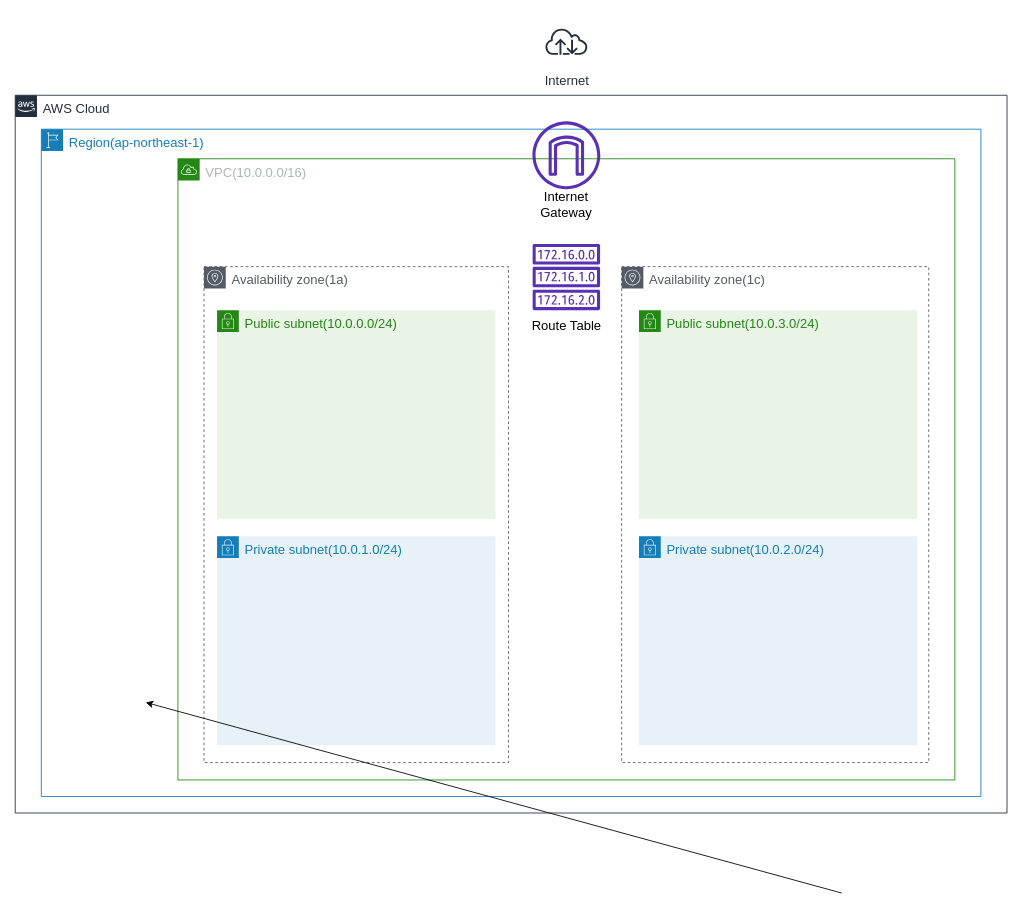
Above: page "NetWork_Layer" (2 of 3) of ELB&S3.drawio in takao0513yamada/toy_app (draw.io), before the change. Source tidied: cells renumbered, new cells numbered last; positions are measured from the earlier drawing's top-left corner, leaving out a move shared by most shapes. Both pictures are drawn from the tidied source at 87%, with x=0, y=0 at pixel (15, 15).
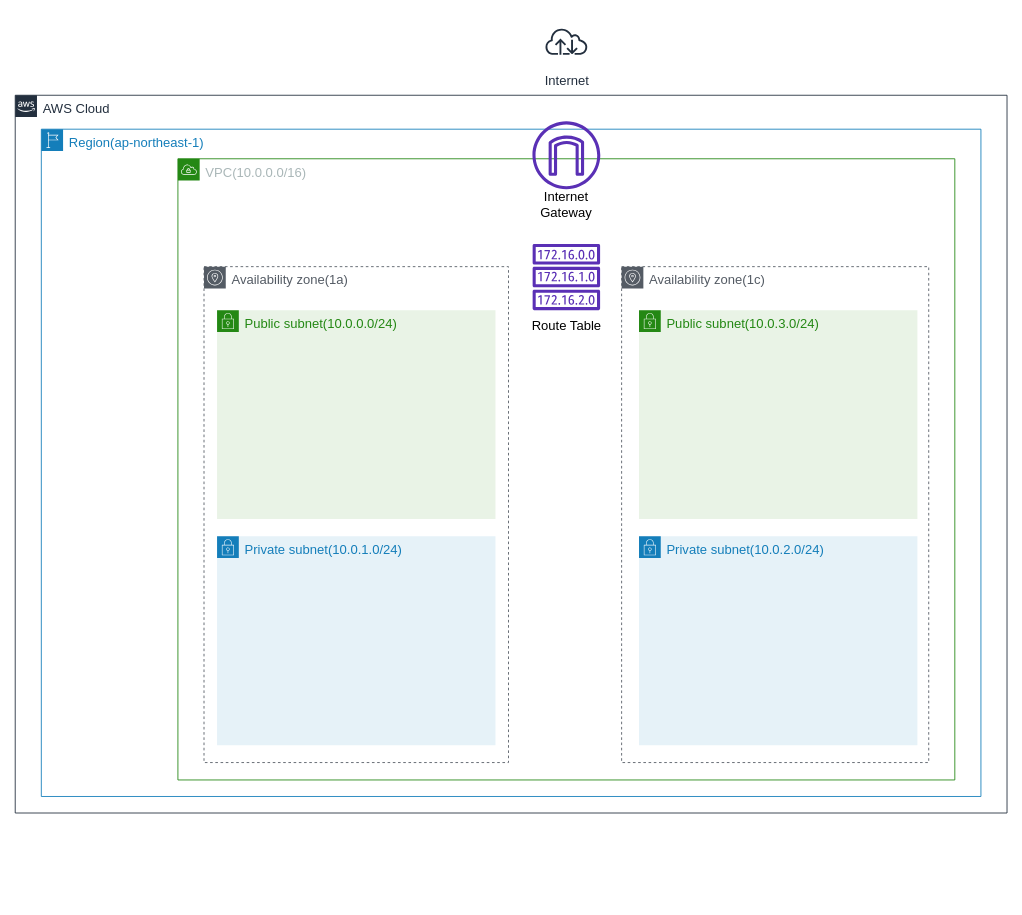
The same diagram, later.

Change to the diagram source:
```diff
@@
 <mxGraphModel>
   <root>
     <mxCell id="0" />
     <mxCell id="1" parent="0" />
     <mxCell id="2" value="&lt;font style=&quot;font-size: 15px&quot;&gt;AWS Cloud&lt;/font&gt;" style="gradientColor=none;html=1;whiteSpace=wrap;fontSize=12;fontStyle=0;shape=mxgraph.aws4.group;grIcon=mxgraph.aws4.group_aws_cloud_alt;strokeColor=#232F3E;fillColor=none;verticalAlign=top;align=left;spacingLeft=30;fontColor=#232F3E;dashed=0;labelBackgroundColor=#ffffff;" parent="1" vertex="1">
       <mxGeometry y="92" width="1140" height="825" as="geometry" />
     </mxCell>
     <mxCell id="3" value="&lt;font style=&quot;font-size: 15px&quot;&gt;Region(ap-northeast-1)&lt;/font&gt;" style="gradientColor=none;html=1;whiteSpace=wrap;fontSize=12;fontStyle=0;shape=mxgraph.aws4.group;grIcon=mxgraph.aws4.group_region;strokeColor=#147EBA;fillColor=none;verticalAlign=top;align=left;spacingLeft=30;fontColor=#147EBA;dashed=0;" parent="1" vertex="1">
       <mxGeometry x="30" y="131" width="1080" height="767" as="geometry" />
     </mxCell>
     <mxCell id="4" value="&lt;font style=&quot;font-size: 15px&quot;&gt;VPC(10.0.0.0/16)&lt;/font&gt;" style="gradientColor=none;html=1;whiteSpace=wrap;fontSize=12;fontStyle=0;shape=mxgraph.aws4.group;grIcon=mxgraph.aws4.group_vpc;strokeColor=#248814;fillColor=none;verticalAlign=top;align=left;spacingLeft=30;fontColor=#AAB7B8;dashed=0;" parent="1" vertex="1">
       <mxGeometry x="187" y="165" width="893" height="714" as="geometry" />
     </mxCell>
     <mxCell id="5" value="&lt;font style=&quot;font-size: 15px&quot;&gt;Availability zone(1a)&lt;/font&gt;" style="gradientColor=none;html=1;whiteSpace=wrap;fontSize=12;fontStyle=0;shape=mxgraph.aws4.group;grIcon=mxgraph.aws4.group_availability_zone;strokeColor=#545B64;fillColor=none;verticalAlign=top;align=left;spacingLeft=30;fontColor=#545B64;dashed=1;" parent="1" vertex="1">
       <mxGeometry x="217" y="289" width="350" height="570" as="geometry" />
     </mxCell>
     <mxCell id="6" value="&lt;font style=&quot;font-size: 15px&quot;&gt;Availability zone(1c)&lt;/font&gt;" style="gradientColor=none;html=1;whiteSpace=wrap;fontSize=12;fontStyle=0;shape=mxgraph.aws4.group;grIcon=mxgraph.aws4.group_availability_zone;strokeColor=#545B64;fillColor=none;verticalAlign=top;align=left;spacingLeft=30;fontColor=#545B64;dashed=1;" parent="1" vertex="1">
       <mxGeometry x="697" y="289" width="353" height="570" as="geometry" />
     </mxCell>
     <mxCell id="7" value="&lt;font style=&quot;font-size: 15px&quot;&gt;Public subnet(10.0.0.0/24)&lt;/font&gt;" style="gradientColor=none;html=1;whiteSpace=wrap;fontSize=12;fontStyle=0;shape=mxgraph.aws4.group;grIcon=mxgraph.aws4.group_security_group;grStroke=0;strokeColor=#248814;fillColor=#E9F3E6;verticalAlign=top;align=left;spacingLeft=30;fontColor=#248814;dashed=0;" parent="1" vertex="1">
       <mxGeometry x="232" y="339" width="320" height="240" as="geometry" />
     </mxCell>
     <mxCell id="8" value="&lt;font style=&quot;font-size: 15px&quot;&gt;Public subnet(10.0.3.0/24)&lt;/font&gt;" style="gradientColor=none;html=1;whiteSpace=wrap;fontSize=12;fontStyle=0;shape=mxgraph.aws4.group;grIcon=mxgraph.aws4.group_security_group;grStroke=0;strokeColor=#248814;fillColor=#E9F3E6;verticalAlign=top;align=left;spacingLeft=30;fontColor=#248814;dashed=0;" parent="1" vertex="1">
       <mxGeometry x="717" y="339" width="320" height="240" as="geometry" />
     </mxCell>
     <mxCell id="9" value="&lt;font style=&quot;font-size: 15px&quot;&gt;Private subnet(10.0.1.0/24)&lt;/font&gt;" style="gradientColor=none;html=1;whiteSpace=wrap;fontSize=12;fontStyle=0;shape=mxgraph.aws4.group;grIcon=mxgraph.aws4.group_security_group;grStroke=0;strokeColor=#147EBA;fillColor=#E6F2F8;verticalAlign=top;align=left;spacingLeft=30;fontColor=#147EBA;dashed=0;" parent="1" vertex="1">
       <mxGeometry x="232" y="599" width="320" height="240" as="geometry" />
     </mxCell>
     <mxCell id="10" value="&lt;font style=&quot;font-size: 15px&quot;&gt;Private subnet(10.0.2.0/24)&lt;/font&gt;" style="gradientColor=none;html=1;whiteSpace=wrap;fontSize=12;fontStyle=0;shape=mxgraph.aws4.group;grIcon=mxgraph.aws4.group_security_group;grStroke=0;strokeColor=#147EBA;fillColor=#E6F2F8;verticalAlign=top;align=left;spacingLeft=30;fontColor=#147EBA;dashed=0;" parent="1" vertex="1">
       <mxGeometry x="717" y="599" width="320" height="240" as="geometry" />
     </mxCell>
     <mxCell id="11" value="&lt;font style=&quot;font-size: 15px&quot;&gt;Internet&lt;/font&gt;" style="fontColor=#232F3E;gradientColor=none;strokeColor=#232F3E;fillColor=#ffffff;dashed=0;verticalLabelPosition=bottom;verticalAlign=top;align=center;html=1;fontSize=12;fontStyle=0;shape=mxgraph.aws4.resourceIcon;resIcon=mxgraph.aws4.internet;" parent="1" vertex="1">
       <mxGeometry x="603.5" width="60" height="60" as="geometry" />
     </mxCell>
     <mxCell id="12" style="fontColor=#232F3E;gradientColor=none;fillColor=#5A30B5;strokeColor=none;dashed=0;verticalLabelPosition=bottom;verticalAlign=top;align=center;html=1;fontSize=12;fontStyle=0;shape=mxgraph.aws4.internet_gateway;" parent="1" vertex="1">
       <mxGeometry x="594.5" y="122" width="78" height="78" as="geometry" />
     </mxCell>
-    <mxCell id="13" style="endArrow=classic;html=1;" parent="1" edge="1">
-      <mxGeometry relative="1" as="geometry">
-        <mxPoint x="950" y="1009" as="sourcePoint" />
-        <mxPoint x="150" y="789.9" as="targetPoint" />
-      </mxGeometry>
-    </mxCell>
     <mxCell id="14" style="fontColor=#232F3E;gradientColor=none;fillColor=#5A30B5;strokeColor=none;dashed=0;verticalLabelPosition=bottom;verticalAlign=top;align=center;html=1;fontSize=12;fontStyle=0;shape=mxgraph.aws4.route_table;" parent="1" vertex="1">
       <mxGeometry x="594.5" y="263" width="78" height="76" as="geometry" />
     </mxCell>
     <mxCell id="15" value="Route Table" style="text;html=1;strokeColor=none;fillColor=none;align=center;verticalAlign=middle;whiteSpace=wrap;rounded=0;fontSize=15;" parent="1" vertex="1">
       <mxGeometry x="584.5" y="339" width="98" height="33" as="geometry" />
     </mxCell>
     <mxCell id="16" value="Internet&lt;br&gt;Gateway" style="text;html=1;strokeColor=none;fillColor=none;align=center;verticalAlign=middle;whiteSpace=wrap;rounded=0;fontSize=15;" parent="1" vertex="1">
       <mxGeometry x="594" y="200" width="79" height="33" as="geometry" />
     </mxCell>
   </root>
 </mxGraphModel>
```
